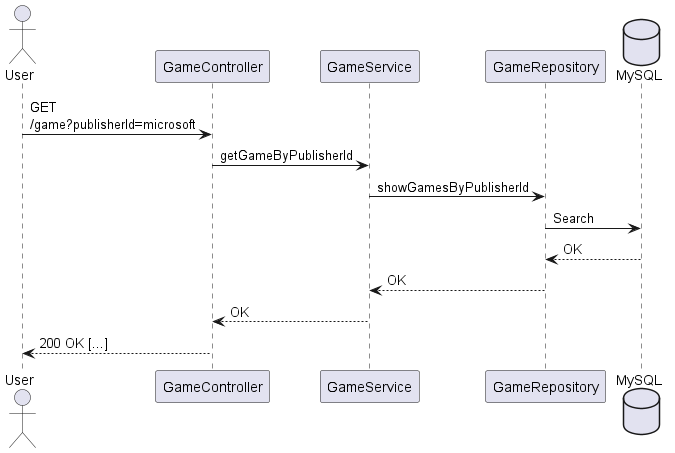
Above: modeling/SequenceDiagramGetByPublisher.png in LucasSResende/Projeto_Pokemon (PlantUML), before the change.
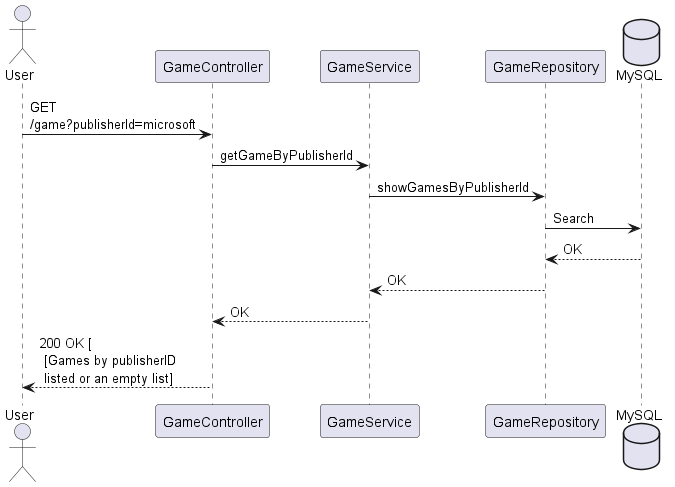
After the change.

The edit, as a diff of the source:
```diff
@@ -16,7 +16,7 @@
 GR <-- mysql: OK
 GS <-- GR: OK
 GC <-- GS: OK
-user <-- GC: 200 OK [...]
+user <-- GC: 200 OK [ \n [Games by publisherID\n listed or an empty list]
 
 
 @enduml
```
